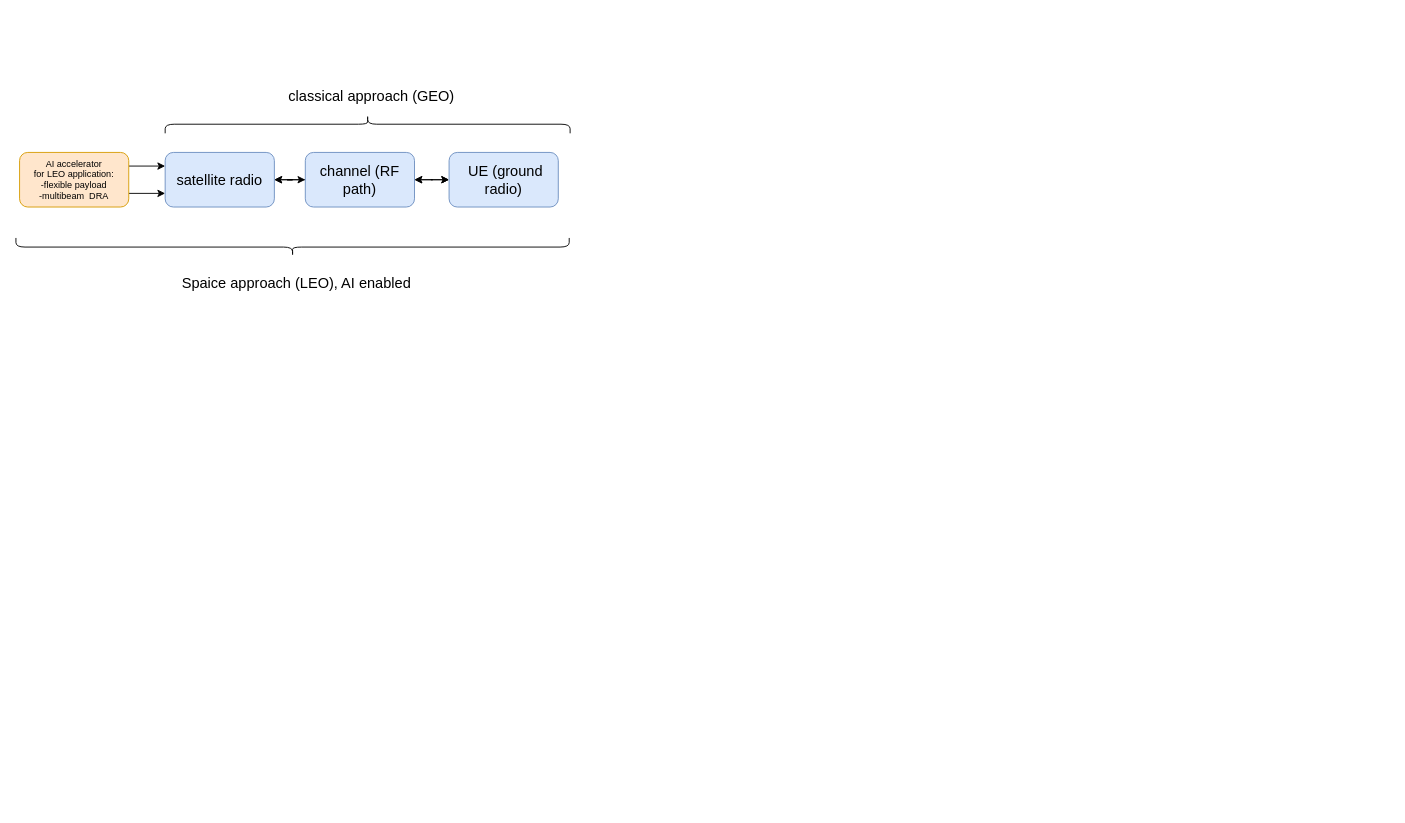
The draw.io diagram spaice.drawio in JanThoemel/drawIO, before the edit. Source tidied: cells renumbered, new cells numbered last; positions are measured from the earlier drawing's top-left corner, leaving out a move shared by most shapes. Both pictures are drawn from the tidied source at 91%, with x=0, y=0 at pixel (19, -78).
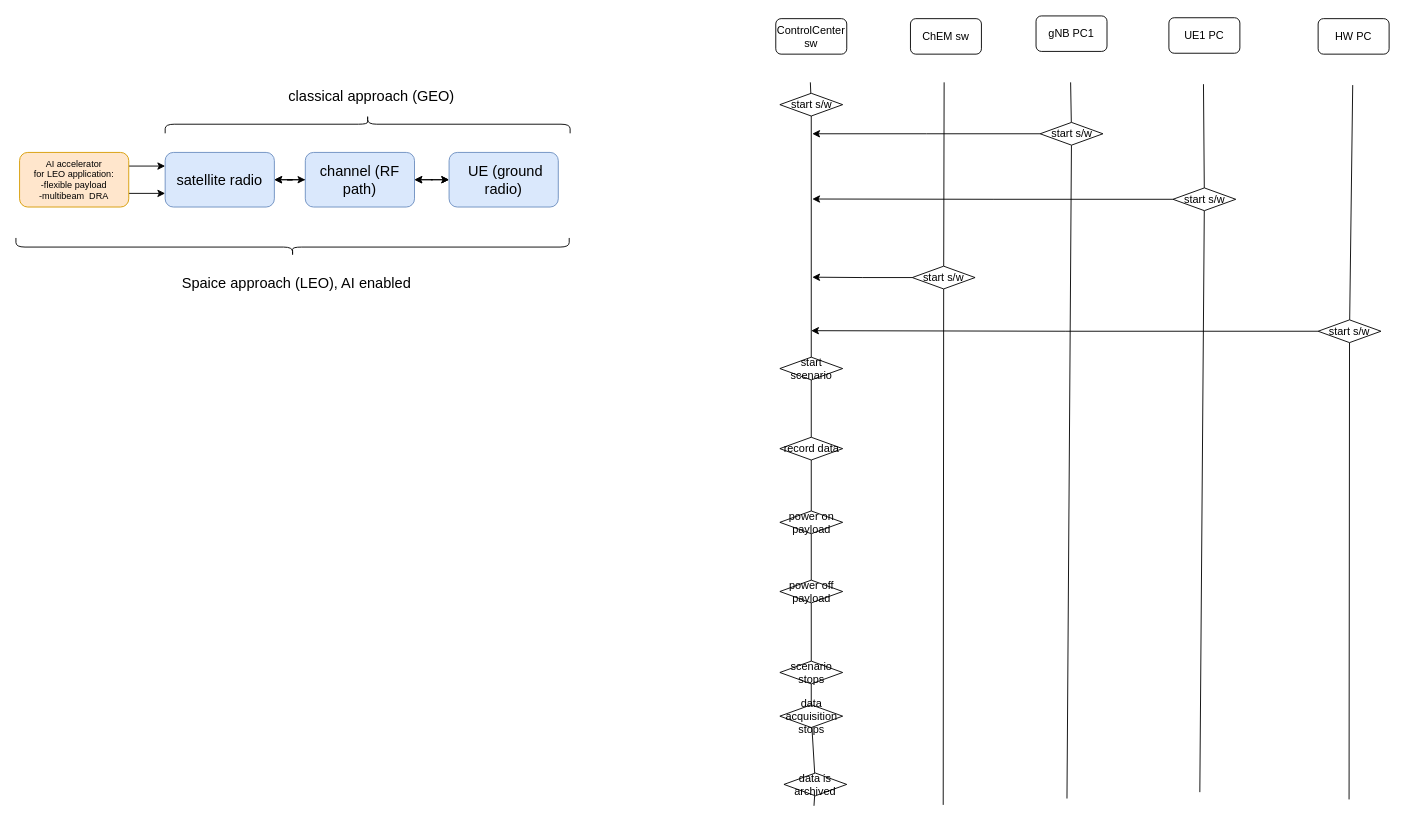
After the change.

The edit, as a diff of the source:
```diff
@@
+    <mxCell id="16" style="endArrow=none;html=1;rounded=0;" parent="1" edge="1" source="51">
+      <mxGeometry relative="1" as="geometry">
+        <mxPoint x="869" y="176" as="targetPoint" />
+      </mxGeometry>
+    </mxCell>
+    <mxCell id="17" style="endArrow=none;html=1;rounded=0;" parent="1" edge="1" source="30">
+      <mxGeometry relative="1" as="geometry">
+        <mxPoint x="1016" y="176" as="targetPoint" />
+      </mxGeometry>
+    </mxCell>
+    <mxCell id="18" style="endArrow=none;html=1;rounded=0;" parent="1" edge="1" source="33">
+      <mxGeometry relative="1" as="geometry">
+        <mxPoint x="1155" y="176" as="targetPoint" />
+      </mxGeometry>
+    </mxCell>
+    <mxCell id="19" value="ControlCenter sw" style="rounded=1;whiteSpace=wrap;html=1;" parent="1" vertex="1">
+      <mxGeometry x="831" y="106" width="78" height="39" as="geometry" />
+    </mxCell>
+    <mxCell id="20" value="ChEM sw" style="rounded=1;whiteSpace=wrap;html=1;" parent="1" vertex="1">
+      <mxGeometry x="979" y="106" width="78" height="39" as="geometry" />
+    </mxCell>
+    <mxCell id="21" value="gNB PC1" style="rounded=1;whiteSpace=wrap;html=1;" parent="1" vertex="1">
+      <mxGeometry x="1117" y="103" width="78" height="39" as="geometry" />
+    </mxCell>
+    <mxCell id="22" style="endArrow=none;html=1;rounded=0;" parent="1" edge="1" source="36">
+      <mxGeometry relative="1" as="geometry">
+        <mxPoint x="1301" y="178" as="targetPoint" />
+      </mxGeometry>
+    </mxCell>
+    <mxCell id="23" value="&lt;div&gt;UE1 PC&lt;br&gt;&lt;/div&gt;" style="rounded=1;whiteSpace=wrap;html=1;" parent="1" vertex="1">
+      <mxGeometry x="1263" y="105" width="78" height="39" as="geometry" />
+    </mxCell>
+    <mxCell id="24" style="endArrow=none;html=1;rounded=0;" parent="1" edge="1" source="39">
+      <mxGeometry relative="1" as="geometry">
+        <mxPoint x="1465" y="179" as="targetPoint" />
+      </mxGeometry>
+    </mxCell>
+    <mxCell id="25" value="HW PC" style="rounded=1;whiteSpace=wrap;html=1;" parent="1" vertex="1">
+      <mxGeometry x="1427" y="106" width="78" height="39" as="geometry" />
+    </mxCell>
+    <mxCell id="26" style="endArrow=none;html=1;rounded=0;" parent="1" edge="1" source="41" target="27">
+      <mxGeometry relative="1" as="geometry" />
+    </mxCell>
+    <mxCell id="27" value="start scenario" style="rhombus;whiteSpace=wrap;html=1;" parent="1" vertex="1">
+      <mxGeometry x="835.5" y="478" width="69" height="25" as="geometry" />
+    </mxCell>
+    <mxCell id="28" style="endArrow=none;html=1;rounded=0;" parent="1" edge="1" target="30">
+      <mxGeometry relative="1" as="geometry">
+        <mxPoint x="1015" y="970" as="sourcePoint" />
+      </mxGeometry>
+    </mxCell>
+    <mxCell id="29" style="edgeStyle=orthogonalEdgeStyle;rounded=0;jettySize=auto;html=1;exitX=0;exitY=0.5;exitDx=0;exitDy=0;" parent="1" edge="1" source="30">
+      <mxGeometry relative="1" as="geometry">
+        <mxPoint x="871.1" y="390.1" as="targetPoint" />
+      </mxGeometry>
+    </mxCell>
+    <mxCell id="30" value="start s/w" style="rhombus;whiteSpace=wrap;html=1;" parent="1" vertex="1">
+      <mxGeometry x="981" y="378" width="69" height="25" as="geometry" />
+    </mxCell>
+    <mxCell id="31" style="endArrow=none;html=1;rounded=0;" parent="1" edge="1" target="33">
+      <mxGeometry relative="1" as="geometry">
+        <mxPoint x="1151" y="963" as="sourcePoint" />
+      </mxGeometry>
+    </mxCell>
+    <mxCell id="32" style="edgeStyle=orthogonalEdgeStyle;rounded=0;jettySize=auto;html=1;exitX=0;exitY=0.5;exitDx=0;exitDy=0;" parent="1" edge="1" source="33">
+      <mxGeometry relative="1" as="geometry">
+        <mxPoint x="871.1" y="232.5" as="targetPoint" />
+      </mxGeometry>
+    </mxCell>
+    <mxCell id="33" value="start s/w" style="rhombus;whiteSpace=wrap;html=1;" parent="1" vertex="1">
+      <mxGeometry x="1121.5" y="220" width="69" height="25" as="geometry" />
+    </mxCell>
+    <mxCell id="34" style="endArrow=none;html=1;rounded=0;" parent="1" edge="1" target="36">
+      <mxGeometry relative="1" as="geometry">
+        <mxPoint x="1297" y="956" as="sourcePoint" />
+      </mxGeometry>
+    </mxCell>
+    <mxCell id="35" style="edgeStyle=orthogonalEdgeStyle;rounded=0;jettySize=auto;html=1;exitX=0;exitY=0.5;exitDx=0;exitDy=0;" parent="1" edge="1" source="36">
+      <mxGeometry relative="1" as="geometry">
+        <mxPoint x="871.1" y="304.2" as="targetPoint" />
+      </mxGeometry>
+    </mxCell>
+    <mxCell id="36" value="start s/w" style="rhombus;whiteSpace=wrap;html=1;" parent="1" vertex="1">
+      <mxGeometry x="1267.5" y="292" width="69" height="25" as="geometry" />
+    </mxCell>
+    <mxCell id="37" style="endArrow=none;html=1;rounded=0;" parent="1" edge="1" target="39">
+      <mxGeometry relative="1" as="geometry">
+        <mxPoint x="1461" y="964" as="sourcePoint" />
+      </mxGeometry>
+    </mxCell>
+    <mxCell id="38" style="edgeStyle=orthogonalEdgeStyle;rounded=0;jettySize=auto;html=1;exitX=0;exitY=0.5;exitDx=0;exitDy=0;" parent="1" edge="1" source="39">
+      <mxGeometry relative="1" as="geometry">
+        <mxPoint x="869.9" y="448.9" as="targetPoint" />
+      </mxGeometry>
+    </mxCell>
+    <mxCell id="39" value="start s/w" style="rhombus;whiteSpace=wrap;html=1;" parent="1" vertex="1">
+      <mxGeometry x="1427" y="437" width="69" height="25" as="geometry" />
+    </mxCell>
+    <mxCell id="40" style="endArrow=none;html=1;rounded=0;" parent="1" edge="1" source="45" target="41">
+      <mxGeometry relative="1" as="geometry" />
+    </mxCell>
+    <mxCell id="41" value="record data" style="rhombus;whiteSpace=wrap;html=1;" parent="1" vertex="1">
+      <mxGeometry x="835.5" y="566" width="69" height="25" as="geometry" />
+    </mxCell>
+    <mxCell id="42" style="endArrow=none;html=1;rounded=0;" parent="1" edge="1" source="49" target="43">
+      <mxGeometry relative="1" as="geometry" />
+    </mxCell>
+    <mxCell id="43" value="power off payload" style="rhombus;whiteSpace=wrap;html=1;" parent="1" vertex="1">
+      <mxGeometry x="835.5" y="723" width="69" height="25" as="geometry" />
+    </mxCell>
+    <mxCell id="44" style="endArrow=none;html=1;rounded=0;" parent="1" edge="1" source="43" target="45">
+      <mxGeometry relative="1" as="geometry" />
+    </mxCell>
+    <mxCell id="45" value="power on payload" style="rhombus;whiteSpace=wrap;html=1;" parent="1" vertex="1">
+      <mxGeometry x="835.5" y="647" width="69" height="25" as="geometry" />
+    </mxCell>
+    <mxCell id="46" style="endArrow=none;html=1;rounded=0;" parent="1" edge="1" source="53" target="47">
+      <mxGeometry relative="1" as="geometry" />
+    </mxCell>
+    <mxCell id="47" value="data acquisition stops" style="rhombus;whiteSpace=wrap;html=1;" parent="1" vertex="1">
+      <mxGeometry x="835.5" y="860" width="69" height="25" as="geometry" />
+    </mxCell>
+    <mxCell id="48" style="endArrow=none;html=1;rounded=0;" parent="1" edge="1" source="47" target="49">
+      <mxGeometry relative="1" as="geometry" />
+    </mxCell>
+    <mxCell id="49" value="scenario stops" style="rhombus;whiteSpace=wrap;html=1;" parent="1" vertex="1">
+      <mxGeometry x="835.5" y="812" width="69" height="25" as="geometry" />
+    </mxCell>
+    <mxCell id="50" style="endArrow=none;html=1;rounded=0;" parent="1" edge="1" source="27" target="51">
+      <mxGeometry relative="1" as="geometry" />
+    </mxCell>
+    <mxCell id="51" value="start s/w" style="rhombus;whiteSpace=wrap;html=1;" parent="1" vertex="1">
+      <mxGeometry x="835.5" y="188" width="69" height="25" as="geometry" />
+    </mxCell>
+    <mxCell id="52" style="endArrow=none;html=1;rounded=0;" parent="1" edge="1" target="53">
+      <mxGeometry relative="1" as="geometry">
+        <mxPoint x="873" y="971" as="sourcePoint" />
+      </mxGeometry>
+    </mxCell>
+    <mxCell id="53" value="data is archived" style="rhombus;whiteSpace=wrap;html=1;" parent="1" vertex="1">
+      <mxGeometry x="840" y="935" width="69" height="25" as="geometry" />
+    </mxCell>
```
